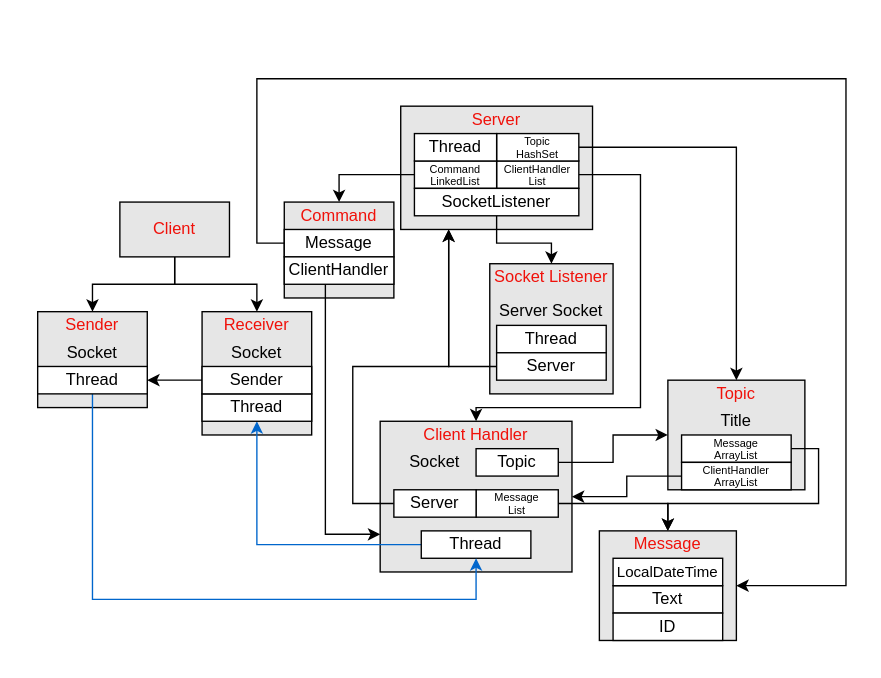
mmaurii/LAB_SO_project keeps this draw.io diagram as documentazione/mappa src.drawio. Above is the earlier version. Source tidied: cells renumbered, new cells numbered last; positions are measured from the earlier drawing's top-left corner, leaving out a move shared by most shapes. Both pictures are drawn from the tidied source at 137%, with x=0, y=0 at pixel (37, 78).
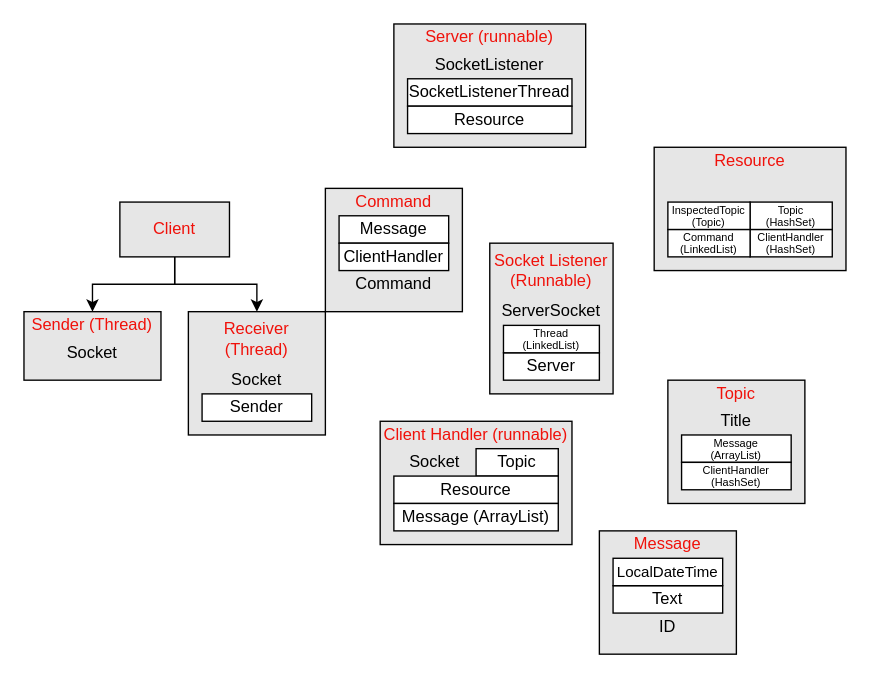
Above is the later version.

Unchanged cells that the change refers to:
```xml
<mxCell id="22" value="Topic" style="rounded=0;whiteSpace=wrap;html=1;" parent="1" vertex="1">
  <mxGeometry x="320" y="270" width="60" height="20" as="geometry" />
</mxCell>
<mxCell id="42" value="&lt;font color=&quot;#f0110a&quot;&gt;Message&lt;/font&gt;" style="text;html=1;strokeColor=none;fillColor=none;align=center;verticalAlign=middle;whiteSpace=wrap;rounded=0;" parent="1" vertex="1">
  <mxGeometry x="430" y="330" width="60" height="20" as="geometry" />
</mxCell>
```

What changed in the source:
```diff
@@
+    <mxCell id="64" style="rounded=0;whiteSpace=wrap;html=1;fillColor=#E6E6E6;" parent="1" vertex="1">
+      <mxGeometry x="450" y="50" width="140" height="90" as="geometry" />
+    </mxCell>
     <mxCell id="2" style="rounded=0;whiteSpace=wrap;html=1;fillColor=#E6E6E6;" parent="1" vertex="1">
-      <mxGeometry x="265" y="20" width="140" height="90" as="geometry" />
+      <mxGeometry x="260" y="-40" width="140" height="90" as="geometry" />
     </mxCell>
-    <mxCell id="3" style="group;" parent="1" vertex="1">
-      <mxGeometry x="460" y="220" width="100" height="80" as="geometry" />
-    </mxCell>
-    <mxCell id="4" style="rounded=0;whiteSpace=wrap;html=1;fillColor=#E6E6E6;" parent="3" vertex="1">
-      <mxGeometry width="100" height="80" as="geometry" />
-    </mxCell>
-    <mxCell id="5" value="Title" style="text;html=1;strokeColor=none;fillColor=none;align=center;verticalAlign=middle;whiteSpace=wrap;rounded=0;" parent="3" vertex="1">
-      <mxGeometry x="20" y="20" width="60" height="20" as="geometry" />
-    </mxCell>
-    <mxCell id="6" value="&lt;font color=&quot;#f0110a&quot;&gt;Topic&lt;/font&gt;" style="text;html=1;strokeColor=none;fillColor=none;align=center;verticalAlign=middle;whiteSpace=wrap;rounded=0;" parent="3" vertex="1">
-      <mxGeometry x="20" width="60" height="20" as="geometry" />
-    </mxCell>
-    <mxCell id="7" value="&lt;p style=&quot;line-height: 60%;&quot;&gt;&lt;font style=&quot;font-size: 8px;&quot;&gt;Message&lt;br&gt;ArrayList&lt;/font&gt;&lt;/p&gt;" style="rounded=0;whiteSpace=wrap;html=1;" parent="3" vertex="1">
-      <mxGeometry x="10" y="40" width="80" height="20" as="geometry" />
-    </mxCell>
-    <mxCell id="8" value="&lt;p style=&quot;line-height: 60%;&quot;&gt;&lt;font style=&quot;font-size: 8px;&quot;&gt;ClientHandler&lt;br&gt;ArrayList&lt;/font&gt;&lt;/p&gt;" style="rounded=0;whiteSpace=wrap;html=1;" parent="3" vertex="1">
-      <mxGeometry x="10" y="60" width="80" height="20" as="geometry" />
-    </mxCell>
     <mxCell id="9" style="rounded=0;whiteSpace=wrap;html=1;fillColor=#E6E6E6;" parent="1" vertex="1">
-      <mxGeometry x="120" y="170" width="80" height="90" as="geometry" />
+      <mxGeometry x="110" y="170" width="100" height="90" as="geometry" />
     </mxCell>
@@
     <mxCell id="13" style="group;fillColor=#E6E6E6;" parent="1" vertex="1">
-      <mxGeometry x="180" y="90" width="80" height="60" as="geometry" />
+      <mxGeometry x="220" y="80" width="80" height="60" as="geometry" />
     </mxCell>
     <mxCell id="14" style="rounded=0;whiteSpace=wrap;html=1;fillColor=#E6E6E6;" parent="1" vertex="1">
-      <mxGeometry x="250" y="250" width="140" height="110" as="geometry" />
+      <mxGeometry x="250" y="250" width="140" height="90" as="geometry" />
     </mxCell>
-    <mxCell id="15" style="edgeStyle=orthogonalEdgeStyle;rounded=0;jettySize=auto;html=1;entryX=0.5;entryY=1;entryDx=0;entryDy=0;strokeColor=#0066CC;" parent="1" edge="1" source="16" target="27">
-      <mxGeometry relative="1" as="geometry" />
-    </mxCell>
-    <mxCell id="16" value="Thread" style="rounded=0;whiteSpace=wrap;html=1;" parent="1" vertex="1">
-      <mxGeometry x="280" y="330" width="80" height="20" as="geometry" />
-    </mxCell>
-    <mxCell id="17" style="edgeStyle=orthogonalEdgeStyle;rounded=0;jettySize=auto;html=1;exitX=1;exitY=0.5;exitDx=0;exitDy=0;entryX=0.5;entryY=0;entryDx=0;entryDy=0;" parent="1" edge="1" source="18" target="42">
-      <mxGeometry relative="1" as="geometry" />
-    </mxCell>
-    <mxCell id="18" value="&lt;p style=&quot;line-height: 60%;&quot;&gt;&lt;font style=&quot;font-size: 8px;&quot;&gt;Message&lt;br&gt;List&lt;/font&gt;&lt;/p&gt;" style="rounded=0;whiteSpace=wrap;html=1;" parent="1" vertex="1">
-      <mxGeometry x="320" y="300" width="60" height="20" as="geometry" />
-    </mxCell>
-    <mxCell id="19" value="&lt;font color=&quot;#f0110a&quot;&gt;Client Handler&lt;/font&gt;" style="text;html=1;strokeColor=none;fillColor=none;align=center;verticalAlign=middle;whiteSpace=wrap;rounded=0;" parent="1" vertex="1">
-      <mxGeometry x="260" y="250" width="120" height="20" as="geometry" />
+    <mxCell id="19" value="&lt;font color=&quot;#f0110a&quot;&gt;Client Handler (runnable)&lt;/font&gt;" style="text;html=1;strokeColor=none;fillColor=none;align=center;verticalAlign=middle;whiteSpace=wrap;rounded=0;" parent="1" vertex="1">
+      <mxGeometry x="250" y="250" width="140" height="20" as="geometry" />
     </mxCell>
@@
-    <mxCell id="21" style="edgeStyle=orthogonalEdgeStyle;rounded=0;jettySize=auto;html=1;" parent="1" edge="1" source="22" target="4">
-      <mxGeometry relative="1" as="geometry" />
-    </mxCell>
@@
-    <mxCell id="23" style="edgeStyle=orthogonalEdgeStyle;rounded=0;jettySize=auto;html=1;entryX=0.25;entryY=1;entryDx=0;entryDy=0;exitX=0;exitY=0.5;exitDx=0;exitDy=0;" parent="1" edge="1" source="24" target="2">
-      <mxGeometry relative="1" as="geometry">
-        <Array as="points">
-          <mxPoint x="230" y="310" />
-          <mxPoint x="230" y="210" />
-          <mxPoint x="300" y="210" />
-        </Array>
-      </mxGeometry>
-    </mxCell>
-    <mxCell id="24" value="Server" style="rounded=0;whiteSpace=wrap;html=1;" parent="1" vertex="1">
-      <mxGeometry x="260" y="300" width="60" height="20" as="geometry" />
+    <mxCell id="24" value="Resource" style="rounded=0;whiteSpace=wrap;html=1;" parent="1" vertex="1">
+      <mxGeometry x="260" y="290" width="120" height="20" as="geometry" />
     </mxCell>
     <mxCell id="25" value="Socket" style="text;html=1;strokeColor=none;fillColor=none;align=center;verticalAlign=middle;whiteSpace=wrap;rounded=0;" parent="1" vertex="1">
-      <mxGeometry x="130" y="190" width="60" height="20" as="geometry" />
+      <mxGeometry x="130" y="210" width="60" height="20" as="geometry" />
     </mxCell>
-    <mxCell id="26" value="&lt;font color=&quot;#f0110a&quot;&gt;Receiver&lt;/font&gt;" style="text;html=1;strokeColor=none;fillColor=none;align=center;verticalAlign=middle;whiteSpace=wrap;rounded=0;" parent="1" vertex="1">
-      <mxGeometry x="130" y="170" width="60" height="20" as="geometry" />
+    <mxCell id="26" value="&lt;font color=&quot;#f0110a&quot;&gt;Receiver&lt;br&gt;(Thread)&lt;br&gt;&lt;/font&gt;" style="text;html=1;strokeColor=none;fillColor=none;align=center;verticalAlign=middle;whiteSpace=wrap;rounded=0;" parent="1" vertex="1">
+      <mxGeometry x="110" y="170" width="100" height="40" as="geometry" />
     </mxCell>
-    <mxCell id="27" value="Thread" style="rounded=0;whiteSpace=wrap;html=1;" parent="1" vertex="1">
-      <mxGeometry x="120" y="230" width="80" height="20" as="geometry" />
-    </mxCell>
-    <mxCell id="28" style="edgeStyle=orthogonalEdgeStyle;rounded=0;jettySize=auto;html=1;entryX=1;entryY=0.5;entryDx=0;entryDy=0;" parent="1" edge="1" source="29" target="34">
-      <mxGeometry relative="1" as="geometry" />
-    </mxCell>
     <mxCell id="29" value="Sender" style="rounded=0;whiteSpace=wrap;html=1;" parent="1" vertex="1">
-      <mxGeometry x="120" y="210" width="80" height="20" as="geometry" />
+      <mxGeometry x="120" y="230" width="80" height="20" as="geometry" />
     </mxCell>
     <mxCell id="30" style="rounded=0;whiteSpace=wrap;html=1;fillColor=#E6E6E6;" parent="1" vertex="1">
-      <mxGeometry y="170" width="80" height="70" as="geometry" />
+      <mxGeometry x="-10" y="170" width="100" height="50" as="geometry" />
     </mxCell>
@@
-    <mxCell id="32" value="&lt;font color=&quot;#f0110a&quot;&gt;Sender&lt;/font&gt;" style="text;html=1;strokeColor=none;fillColor=none;align=center;verticalAlign=middle;whiteSpace=wrap;rounded=0;" parent="1" vertex="1">
-      <mxGeometry x="10" y="170" width="60" height="20" as="geometry" />
+    <mxCell id="32" value="&lt;font color=&quot;#f0110a&quot;&gt;Sender (Thread)&lt;/font&gt;" style="text;html=1;strokeColor=none;fillColor=none;align=center;verticalAlign=middle;whiteSpace=wrap;rounded=0;" parent="1" vertex="1">
+      <mxGeometry x="-10" y="170" width="100" height="20" as="geometry" />
     </mxCell>
-    <mxCell id="33" style="edgeStyle=orthogonalEdgeStyle;rounded=0;jettySize=auto;html=1;strokeColor=#0066CC;entryX=0.5;entryY=1;entryDx=0;entryDy=0;" parent="1" edge="1" source="34" target="16">
-      <mxGeometry relative="1" as="geometry">
-        <Array as="points">
-          <mxPoint x="40" y="380" />
-          <mxPoint x="320" y="380" />
-        </Array>
-      </mxGeometry>
-    </mxCell>
-    <mxCell id="34" value="Thread" style="rounded=0;whiteSpace=wrap;html=1;" parent="1" vertex="1">
-      <mxGeometry y="210" width="80" height="20" as="geometry" />
-    </mxCell>
     <mxCell id="35" style="rounded=0;whiteSpace=wrap;html=1;fillColor=#E6E6E6;" parent="1" vertex="1">
-      <mxGeometry x="180" y="90" width="80" height="70" as="geometry" />
+      <mxGeometry x="210" y="80" width="100" height="90" as="geometry" />
     </mxCell>
     <mxCell id="36" value="&lt;font color=&quot;#f0110a&quot;&gt;Command&lt;/font&gt;" style="text;html=1;strokeColor=none;fillColor=none;align=center;verticalAlign=middle;whiteSpace=wrap;rounded=0;" parent="1" vertex="1">
-      <mxGeometry x="190" y="90" width="60" height="20" as="geometry" />
+      <mxGeometry x="210" y="80" width="100" height="20" as="geometry" />
     </mxCell>
-    <mxCell id="37" style="edgeStyle=orthogonalEdgeStyle;rounded=0;jettySize=auto;html=1;entryX=1;entryY=0.5;entryDx=0;entryDy=0;exitX=0;exitY=0.5;exitDx=0;exitDy=0;" parent="1" edge="1" source="38" target="41">
-      <mxGeometry relative="1" as="geometry">
-        <Array as="points">
-          <mxPoint x="160" y="120" />
-          <mxPoint x="160" />
-          <mxPoint x="590" />
-          <mxPoint x="590" y="370" />
-        </Array>
-      </mxGeometry>
-    </mxCell>
     <mxCell id="38" value="Message" style="rounded=0;whiteSpace=wrap;html=1;" parent="1" vertex="1">
-      <mxGeometry x="180" y="110" width="80" height="20" as="geometry" />
+      <mxGeometry x="220" y="100" width="80" height="20" as="geometry" />
     </mxCell>
-    <mxCell id="39" style="edgeStyle=orthogonalEdgeStyle;rounded=0;jettySize=auto;html=1;entryX=0;entryY=0.75;entryDx=0;entryDy=0;" parent="1" edge="1" source="40" target="14">
-      <mxGeometry relative="1" as="geometry">
-        <Array as="points">
-          <mxPoint x="210" y="333" />
-        </Array>
-      </mxGeometry>
-    </mxCell>
     <mxCell id="40" value="ClientHandler" style="rounded=0;whiteSpace=wrap;html=1;" parent="1" vertex="1">
-      <mxGeometry x="180" y="130" width="80" height="20" as="geometry" />
+      <mxGeometry x="220" y="120" width="80" height="20" as="geometry" />
     </mxCell>
     <mxCell id="41" style="rounded=0;whiteSpace=wrap;html=1;fillColor=#E6E6E6;" parent="1" vertex="1">
-      <mxGeometry x="410" y="330" width="100" height="80" as="geometry" />
+      <mxGeometry x="410" y="330" width="100" height="90" as="geometry" />
     </mxCell>
@@
-    <mxCell id="45" value="ID" style="rounded=0;whiteSpace=wrap;html=1;" parent="1" vertex="1">
-      <mxGeometry x="420" y="390" width="80" height="20" as="geometry" />
-    </mxCell>
-    <mxCell id="46" style="edgeStyle=orthogonalEdgeStyle;rounded=0;jettySize=auto;html=1;entryX=1;entryY=0.5;entryDx=0;entryDy=0;" parent="1" edge="1" source="8" target="14">
-      <mxGeometry relative="1" as="geometry" />
-    </mxCell>
     <mxCell id="47" style="rounded=0;whiteSpace=wrap;html=1;fillColor=#E6E6E6;" parent="1" vertex="1">
-      <mxGeometry x="330" y="135" width="90" height="95" as="geometry" />
+      <mxGeometry x="330" y="120" width="90" height="110" as="geometry" />
     </mxCell>
-    <mxCell id="48" value="Thread" style="rounded=0;whiteSpace=wrap;html=1;" parent="1" vertex="1">
-      <mxGeometry x="335" y="180" width="80" height="20" as="geometry" />
-    </mxCell>
-    <mxCell id="49" value="Server Socket" style="text;html=1;strokeColor=none;fillColor=none;align=center;verticalAlign=middle;whiteSpace=wrap;rounded=0;" parent="1" vertex="1">
+    <mxCell id="49" value="ServerSocket" style="text;html=1;strokeColor=none;fillColor=none;align=center;verticalAlign=middle;whiteSpace=wrap;rounded=0;" parent="1" vertex="1">
       <mxGeometry x="330" y="160" width="90" height="20" as="geometry" />
     </mxCell>
-    <mxCell id="50" value="&lt;font color=&quot;#f0110a&quot;&gt;Socket Listener&lt;/font&gt;" style="text;html=1;strokeColor=none;fillColor=none;align=center;verticalAlign=middle;whiteSpace=wrap;rounded=0;" parent="1" vertex="1">
-      <mxGeometry x="330" y="135" width="90" height="20" as="geometry" />
+    <mxCell id="50" value="&lt;font color=&quot;#f0110a&quot;&gt;Socket Listener (Runnable)&lt;/font&gt;" style="text;html=1;strokeColor=none;fillColor=none;align=center;verticalAlign=middle;whiteSpace=wrap;rounded=0;" parent="1" vertex="1">
+      <mxGeometry x="330" y="120" width="90" height="40" as="geometry" />
     </mxCell>
-    <mxCell id="51" style="edgeStyle=orthogonalEdgeStyle;rounded=0;jettySize=auto;html=1;entryX=0.25;entryY=1;entryDx=0;entryDy=0;exitX=0;exitY=0.5;exitDx=0;exitDy=0;" parent="1" edge="1" source="52" target="2">
-      <mxGeometry relative="1" as="geometry" />
-    </mxCell>
     <mxCell id="52" value="Server" style="rounded=0;whiteSpace=wrap;html=1;" parent="1" vertex="1">
-      <mxGeometry x="335" y="200" width="80" height="20" as="geometry" />
+      <mxGeometry x="340" y="200" width="70" height="20" as="geometry" />
     </mxCell>
-    <mxCell id="53" style="edgeStyle=orthogonalEdgeStyle;rounded=0;jettySize=auto;html=1;exitX=1;exitY=0.5;exitDx=0;exitDy=0;" parent="1" edge="1" source="57" target="6">
-      <mxGeometry relative="1" as="geometry" />
-    </mxCell>
-    <mxCell id="54" style="edgeStyle=orthogonalEdgeStyle;rounded=0;jettySize=auto;html=1;exitX=0;exitY=0.5;exitDx=0;exitDy=0;entryX=0.5;entryY=0;entryDx=0;entryDy=0;" parent="1" edge="1" source="58" target="36">
-      <mxGeometry relative="1" as="geometry" />
-    </mxCell>
-    <mxCell id="55" style="edgeStyle=orthogonalEdgeStyle;rounded=0;jettySize=auto;html=1;" parent="1" edge="1" source="56" target="19">
-      <mxGeometry relative="1" as="geometry">
-        <Array as="points">
-          <mxPoint x="440" y="70" />
-          <mxPoint x="440" y="240" />
-          <mxPoint x="320" y="240" />
-        </Array>
-      </mxGeometry>
-    </mxCell>
-    <mxCell id="56" value="&lt;p style=&quot;line-height: 60%;&quot;&gt;&lt;font style=&quot;font-size: 8px;&quot;&gt;ClientHandler&lt;br&gt;List&lt;/font&gt;&lt;/p&gt;" style="rounded=0;whiteSpace=wrap;html=1;" parent="1" vertex="1">
-      <mxGeometry x="335" y="60" width="60" height="20" as="geometry" />
+    <mxCell id="56" value="&lt;p style=&quot;line-height: 60%;&quot;&gt;&lt;font style=&quot;font-size: 8px;&quot;&gt;ClientHandler&lt;br&gt;(HashSet)&lt;/font&gt;&lt;/p&gt;" style="rounded=0;whiteSpace=wrap;html=1;" parent="1" vertex="1">
+      <mxGeometry x="520" y="110" width="60" height="20" as="geometry" />
     </mxCell>
-    <mxCell id="57" value="&lt;p style=&quot;line-height: 60%;&quot;&gt;&lt;span style=&quot;font-size: 8px;&quot;&gt;Topic&lt;br&gt;HashSet&lt;/span&gt;&lt;/p&gt;" style="rounded=0;whiteSpace=wrap;html=1;" parent="1" vertex="1">
-      <mxGeometry x="335" y="40" width="60" height="20" as="geometry" />
+    <mxCell id="57" value="&lt;p style=&quot;line-height: 60%;&quot;&gt;&lt;span style=&quot;font-size: 8px;&quot;&gt;Topic&lt;br&gt;(HashSet)&lt;/span&gt;&lt;/p&gt;" style="rounded=0;whiteSpace=wrap;html=1;" parent="1" vertex="1">
+      <mxGeometry x="520" y="90" width="60" height="20" as="geometry" />
     </mxCell>
-    <mxCell id="58" value="&lt;p style=&quot;line-height: 60%;&quot;&gt;&lt;span style=&quot;font-size: 8px;&quot;&gt;Command&lt;br&gt;LinkedList&lt;/span&gt;&lt;/p&gt;" style="rounded=0;whiteSpace=wrap;html=1;" parent="1" vertex="1">
-      <mxGeometry x="275" y="60" width="60" height="20" as="geometry" />
+    <mxCell id="58" value="&lt;p style=&quot;line-height: 60%;&quot;&gt;&lt;span style=&quot;font-size: 8px;&quot;&gt;Command&lt;br&gt;(LinkedList)&lt;/span&gt;&lt;/p&gt;" style="rounded=0;whiteSpace=wrap;html=1;" parent="1" vertex="1">
+      <mxGeometry x="460" y="110" width="60" height="20" as="geometry" />
     </mxCell>
-    <mxCell id="59" value="&lt;font color=&quot;#f0110a&quot;&gt;Server&lt;/font&gt;" style="text;html=1;strokeColor=none;fillColor=none;align=center;verticalAlign=middle;whiteSpace=wrap;rounded=0;" parent="1" vertex="1">
-      <mxGeometry x="305" y="20" width="60" height="20" as="geometry" />
+    <mxCell id="59" value="&lt;font color=&quot;#f0110a&quot;&gt;Server (runnable)&lt;/font&gt;" style="text;html=1;strokeColor=none;fillColor=none;align=center;verticalAlign=middle;whiteSpace=wrap;rounded=0;" parent="1" vertex="1">
+      <mxGeometry x="260" y="-40" width="140" height="20" as="geometry" />
     </mxCell>
-    <mxCell id="60" value="Thread" style="rounded=0;whiteSpace=wrap;html=1;" parent="1" vertex="1">
-      <mxGeometry x="275" y="40" width="60" height="20" as="geometry" />
-    </mxCell>
-    <mxCell id="61" style="edgeStyle=orthogonalEdgeStyle;rounded=0;jettySize=auto;html=1;entryX=0.5;entryY=0;entryDx=0;entryDy=0;" parent="1" edge="1" source="62" target="50">
-      <mxGeometry relative="1" as="geometry" />
-    </mxCell>
-    <mxCell id="62" value="SocketListener" style="rounded=0;whiteSpace=wrap;html=1;" parent="1" vertex="1">
-      <mxGeometry x="275" y="80" width="120" height="20" as="geometry" />
+    <mxCell id="62" value="SocketListenerThread" style="rounded=0;whiteSpace=wrap;html=1;" parent="1" vertex="1">
+      <mxGeometry x="270" width="120" height="20" as="geometry" />
     </mxCell>
-    <mxCell id="63" style="edgeStyle=orthogonalEdgeStyle;rounded=0;jettySize=auto;html=1;entryX=0.5;entryY=0;entryDx=0;entryDy=0;" parent="1" edge="1" source="7" target="42">
-      <mxGeometry relative="1" as="geometry">
-        <Array as="points">
-          <mxPoint x="570" y="270" />
-          <mxPoint x="570" y="310" />
-          <mxPoint x="460" y="310" />
-        </Array>
-      </mxGeometry>
-    </mxCell>
+    <mxCell id="4" style="rounded=0;whiteSpace=wrap;html=1;fillColor=#E6E6E6;" parent="1" vertex="1">
+      <mxGeometry x="460" y="220" width="100" height="90" as="geometry" />
+    </mxCell>
+    <mxCell id="5" value="Title" style="text;html=1;strokeColor=none;fillColor=none;align=center;verticalAlign=middle;whiteSpace=wrap;rounded=0;" parent="1" vertex="1">
+      <mxGeometry x="480" y="240" width="60" height="20" as="geometry" />
+    </mxCell>
+    <mxCell id="6" value="&lt;font color=&quot;#f0110a&quot;&gt;Topic&lt;/font&gt;" style="text;html=1;strokeColor=none;fillColor=none;align=center;verticalAlign=middle;whiteSpace=wrap;rounded=0;" parent="1" vertex="1">
+      <mxGeometry x="480" y="220" width="60" height="20" as="geometry" />
+    </mxCell>
+    <mxCell id="7" value="&lt;p style=&quot;line-height: 60%;&quot;&gt;&lt;font style=&quot;font-size: 8px;&quot;&gt;Message&lt;br&gt;(ArrayList)&lt;/font&gt;&lt;/p&gt;" style="rounded=0;whiteSpace=wrap;html=1;" parent="1" vertex="1">
+      <mxGeometry x="470" y="260" width="80" height="20" as="geometry" />
+    </mxCell>
+    <mxCell id="8" value="&lt;p style=&quot;line-height: 60%;&quot;&gt;&lt;font style=&quot;font-size: 8px;&quot;&gt;ClientHandler&lt;br&gt;(HashSet)&lt;/font&gt;&lt;/p&gt;" style="rounded=0;whiteSpace=wrap;html=1;" parent="1" vertex="1">
+      <mxGeometry x="470" y="280" width="80" height="20" as="geometry" />
+    </mxCell>
+    <mxCell id="65" value="Resource" style="rounded=0;whiteSpace=wrap;html=1;" parent="1" vertex="1">
+      <mxGeometry x="270" y="20" width="120" height="20" as="geometry" />
+    </mxCell>
+    <mxCell id="66" value="SocketListener" style="text;html=1;strokeColor=none;fillColor=none;align=center;verticalAlign=middle;whiteSpace=wrap;rounded=0;" parent="1" vertex="1">
+      <mxGeometry x="270" y="-20" width="120" height="20" as="geometry" />
+    </mxCell>
+    <mxCell id="67" value="Message (ArrayList)" style="rounded=0;whiteSpace=wrap;html=1;" parent="1" vertex="1">
+      <mxGeometry x="260" y="310" width="120" height="20" as="geometry" />
+    </mxCell>
+    <mxCell id="68" value="Command" style="text;html=1;strokeColor=none;fillColor=none;align=center;verticalAlign=middle;whiteSpace=wrap;rounded=0;" parent="1" vertex="1">
+      <mxGeometry x="220" y="140" width="80" height="20" as="geometry" />
+    </mxCell>
+    <mxCell id="45" value="ID" style="text;html=1;strokeColor=none;fillColor=none;align=center;verticalAlign=middle;whiteSpace=wrap;rounded=0;" parent="1" vertex="1">
+      <mxGeometry x="420" y="390" width="80" height="20" as="geometry" />
+    </mxCell>
+    <mxCell id="69" value="&lt;font color=&quot;#f0110a&quot;&gt;Resource&lt;/font&gt;" style="text;html=1;strokeColor=none;fillColor=none;align=center;verticalAlign=middle;whiteSpace=wrap;rounded=0;" parent="1" vertex="1">
+      <mxGeometry x="450" y="50" width="140" height="20" as="geometry" />
+    </mxCell>
+    <mxCell id="70" value="&lt;p style=&quot;line-height: 60%;&quot;&gt;&lt;span style=&quot;font-size: 8px;&quot;&gt;InspectedTopic (Topic)&lt;/span&gt;&lt;/p&gt;" style="rounded=0;whiteSpace=wrap;html=1;" parent="1" vertex="1">
+      <mxGeometry x="460" y="90" width="60" height="20" as="geometry" />
+    </mxCell>
+    <mxCell id="71" value="&lt;p style=&quot;line-height: 60%;&quot;&gt;&lt;font style=&quot;font-size: 8px;&quot;&gt;Thread (LinkedList)&lt;/font&gt;&lt;/p&gt;" style="rounded=0;whiteSpace=wrap;html=1;" parent="1" vertex="1">
+      <mxGeometry x="340" y="180" width="70" height="20" as="geometry" />
+    </mxCell>
```
